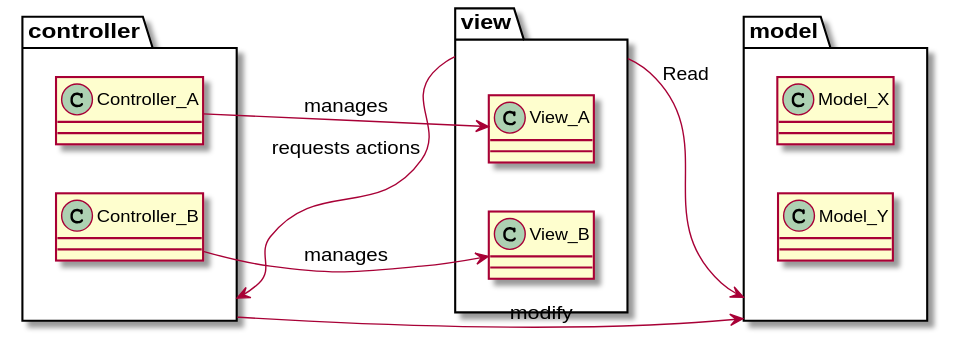
AxoKoi/BandurriaJ keeps this PlantUML diagram as doc/images/MVC.svg. Above is the earlier version. Its diagram source:
```plantuml
@startuml
left to right direction
package view{
class View_A {}
class View_B  {}
}

package model{
class Model_X{}
class Model_Y{}
}
package controller {
class Controller_A{}
class Controller_B{}
}


view-->controller: requests actions
view-->model: Read
Controller_A-->View_A : manages
Controller_B-->View_B : manages
controller-->model: modify
@enduml
```
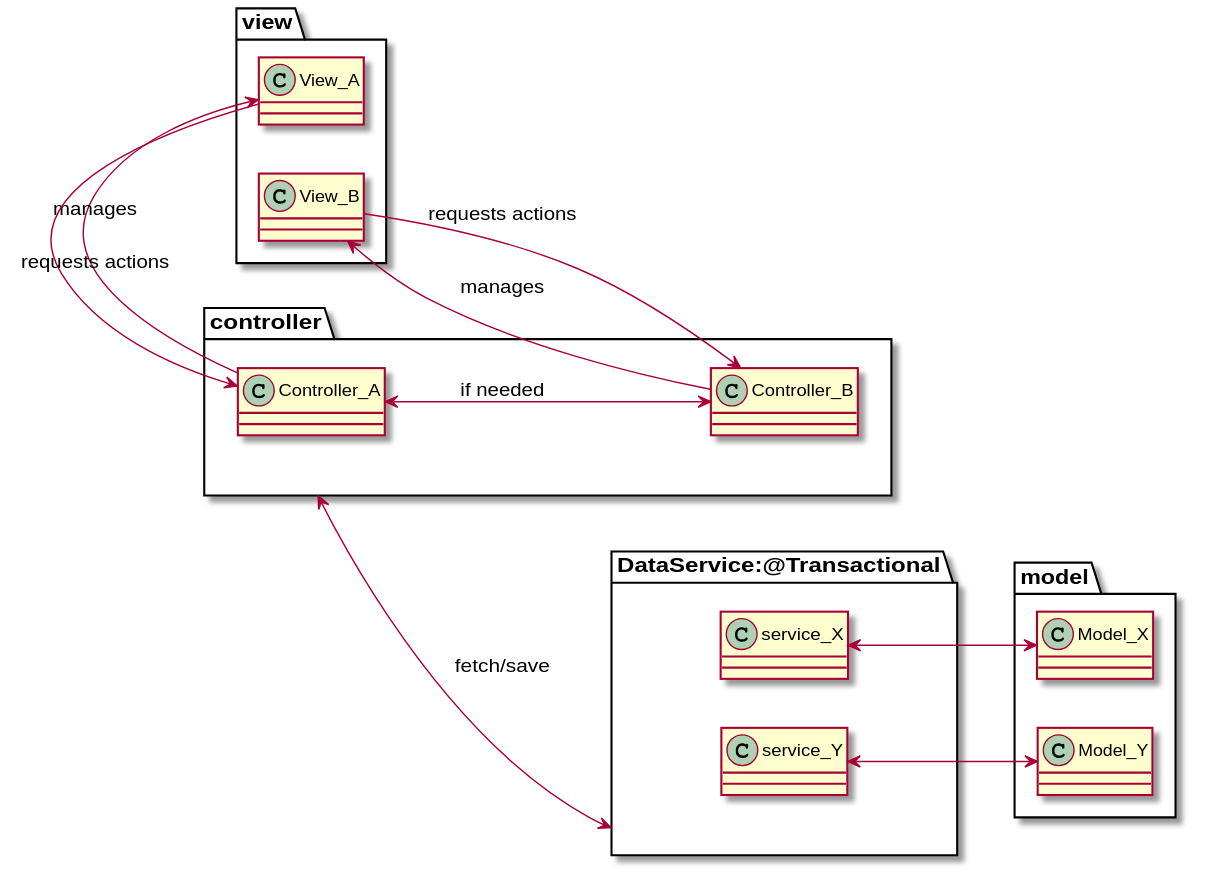
Above is the later version.

Diff of the diagram source:
```diff
@@ -14,10 +14,17 @@
 class Controller_B{}
 }
 
-
-view-->controller: requests actions
-view-->model: Read
+package DataService:@Transactional as service {
+class service_X
+class service_Y
+}
+Controller_A<-->Controller_B: "if needed"
 Controller_A-->View_A : manages
 Controller_B-->View_B : manages
-controller-->model: modify
+View_A-->Controller_A: requests actions
+View_B-->Controller_B: requests actions
+
+controller<-->service: fetch/save
+service_X <--> Model_X
+service_Y <--> Model_Y
 @enduml
```
